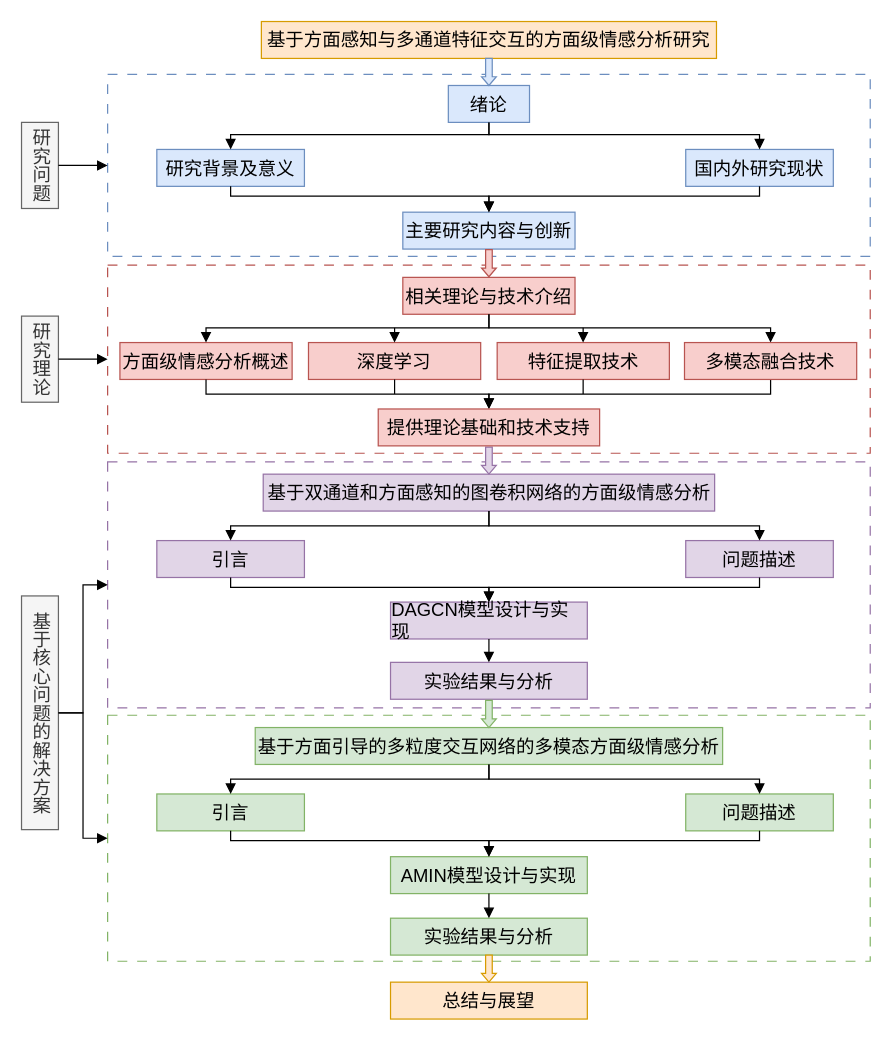
Before: machine-learning/organizationStructure.drawio in zhaicao/images, a draw.io diagram. Source tidied: cells renumbered, new cells numbered last; positions are measured from the earlier drawing's top-left corner, leaving out a move shared by most shapes. Both pictures are drawn from the tidied source at 123%, with x=0, y=0 at pixel (21, 21).
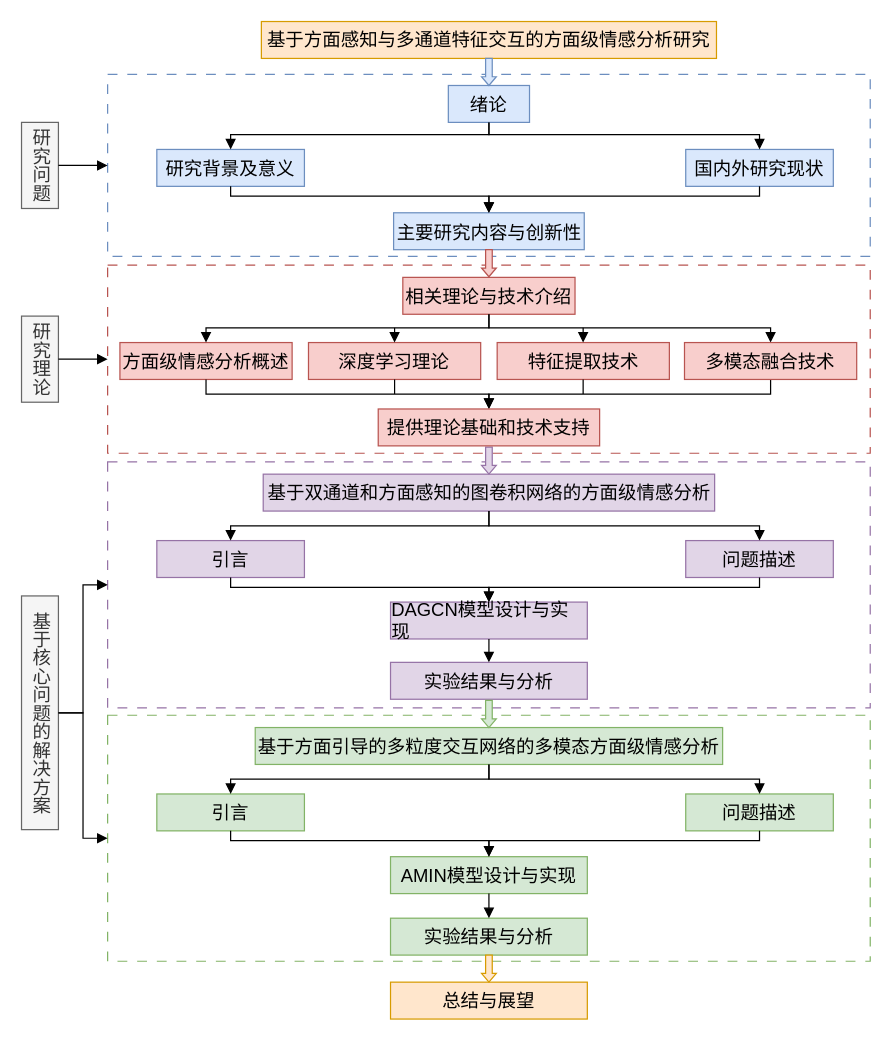
After the change.

Change to the diagram source:
```diff
@@
-    <mxCell id="7" value="&lt;div style=&quot;text-align: left;&quot;&gt;&lt;span style=&quot;background-color: transparent; color: light-dark(rgb(0, 0, 0), rgb(255, 255, 255));&quot;&gt;&lt;font face=&quot;黑体&quot;&gt;主要研究内容与创新&lt;/font&gt;&lt;/span&gt;&lt;/div&gt;" style="rounded=0;whiteSpace=wrap;html=1;fontSize=15;fillColor=#dae8fc;strokeColor=#6c8ebf;" parent="1" vertex="1">
-      <mxGeometry x="310" y="155" width="140" height="30" as="geometry" />
+    <mxCell id="7" value="&lt;div style=&quot;text-align: left;&quot;&gt;&lt;span style=&quot;background-color: transparent; color: light-dark(rgb(0, 0, 0), rgb(255, 255, 255));&quot;&gt;&lt;font face=&quot;黑体&quot;&gt;主要研究内容与创新性&lt;/font&gt;&lt;/span&gt;&lt;/div&gt;" style="rounded=0;whiteSpace=wrap;html=1;fontSize=15;fillColor=#dae8fc;strokeColor=#6c8ebf;" parent="1" vertex="1">
+      <mxGeometry x="302.5" y="155.5" width="155" height="30" as="geometry" />
     </mxCell>
@@
-    <mxCell id="12" value="&lt;div style=&quot;text-align: left;&quot;&gt;&lt;font face=&quot;黑体&quot;&gt;深度学习&lt;/font&gt;&lt;/div&gt;" style="rounded=0;whiteSpace=wrap;html=1;fontSize=15;fillColor=#f8cecc;strokeColor=#b85450;" parent="1" vertex="1">
+    <mxCell id="12" value="&lt;div style=&quot;text-align: left;&quot;&gt;&lt;font face=&quot;黑体&quot;&gt;深度学习理论&lt;/font&gt;&lt;/div&gt;" style="rounded=0;whiteSpace=wrap;html=1;fontSize=15;fillColor=#f8cecc;strokeColor=#b85450;" parent="1" vertex="1">
       <mxGeometry x="233.3" y="261" width="140" height="30" as="geometry" />
     </mxCell>
```
